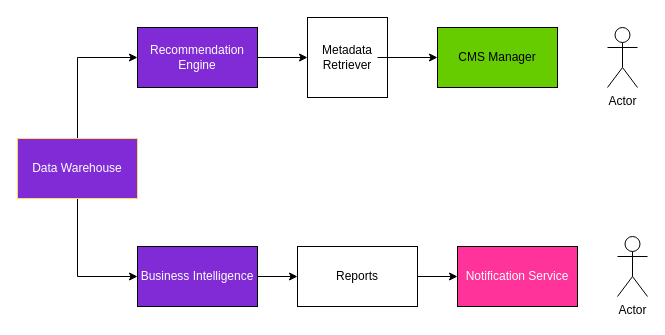
The draw.io diagram analysis-block.drawio in nevillio/hello-world, before the edit. Source tidied: cells renumbered, new cells numbered last; positions are measured from the earlier drawing's top-left corner, leaving out a move shared by most shapes. Both pictures are drawn from the tidied source at 100%, with x=0, y=0 at pixel (17, 17).
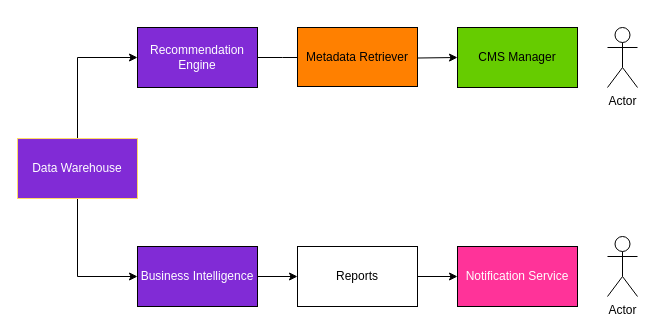
After the change.

Change to the diagram source:
```diff
@@
 <mxGraphModel>
   <root>
     <mxCell id="0" />
     <mxCell id="1" parent="0" />
     <mxCell id="2" style="edgeStyle=orthogonalEdgeStyle;rounded=0;jettySize=auto;html=1;entryX=0;entryY=0.5;entryDx=0;entryDy=0;" parent="1" edge="1" source="4" target="6">
       <mxGeometry relative="1" as="geometry" />
     </mxCell>
     <mxCell id="3" style="edgeStyle=orthogonalEdgeStyle;rounded=0;jettySize=auto;html=1;entryX=0;entryY=0.5;entryDx=0;entryDy=0;" parent="1" edge="1" source="4" target="11">
       <mxGeometry relative="1" as="geometry" />
     </mxCell>
     <mxCell id="4" value="&lt;font color=&quot;#ffffff&quot;&gt;Data Warehouse&lt;/font&gt;" style="rounded=0;whiteSpace=wrap;html=1;fillColor=#812BD6;strokeColor=#FFD966;" parent="1" vertex="1">
       <mxGeometry y="121" width="120" height="60" as="geometry" />
     </mxCell>
-    <mxCell id="5" style="edgeStyle=orthogonalEdgeStyle;rounded=0;jettySize=auto;html=1;" parent="1" edge="1" source="6" target="7">
-      <mxGeometry relative="1" as="geometry" />
+    <mxCell id="5" style="edgeStyle=orthogonalEdgeStyle;rounded=0;jettySize=auto;html=1;" parent="1" edge="1" source="6">
+      <mxGeometry relative="1" as="geometry">
+        <mxPoint x="290" y="40" as="targetPoint" />
+      </mxGeometry>
     </mxCell>
     <mxCell id="6" value="&lt;font color=&quot;#ffffff&quot;&gt;Recommendation Engine&lt;/font&gt;" style="rounded=0;whiteSpace=wrap;html=1;fillColor=#812BD6;" parent="1" vertex="1">
       <mxGeometry x="120" y="10" width="120" height="60" as="geometry" />
     </mxCell>
-    <mxCell id="7" value="Metadata Retriever" style="whiteSpace=wrap;html=1;" parent="1" vertex="1">
-      <mxGeometry x="290" width="80" height="80" as="geometry" />
-    </mxCell>
     <mxCell id="8" value="CMS Manager" style="rounded=0;whiteSpace=wrap;html=1;fillColor=#66CC00;" parent="1" vertex="1">
-      <mxGeometry x="420" y="10" width="120" height="60" as="geometry" />
+      <mxGeometry x="440" y="10" width="120" height="60" as="geometry" />
     </mxCell>
     <mxCell id="9" value="Actor" style="shape=umlActor;verticalLabelPosition=bottom;verticalAlign=top;html=1;" parent="1" vertex="1">
       <mxGeometry x="590" y="10" width="30" height="60" as="geometry" />
     </mxCell>
     <mxCell id="10" style="edgeStyle=orthogonalEdgeStyle;rounded=0;jettySize=auto;html=1;" parent="1" edge="1" source="11" target="13">
       <mxGeometry relative="1" as="geometry" />
     </mxCell>
     <mxCell id="11" value="&lt;font color=&quot;#ffffff&quot;&gt;Business Intelligence&lt;/font&gt;" style="rounded=0;whiteSpace=wrap;html=1;fillColor=#812BD6;" parent="1" vertex="1">
       <mxGeometry x="120" y="229" width="120" height="60" as="geometry" />
     </mxCell>
     <mxCell id="12" style="edgeStyle=orthogonalEdgeStyle;rounded=0;jettySize=auto;html=1;" parent="1" edge="1" source="13" target="14">
       <mxGeometry relative="1" as="geometry" />
     </mxCell>
     <mxCell id="13" value="Reports" style="rounded=0;whiteSpace=wrap;html=1;" parent="1" vertex="1">
       <mxGeometry x="280" y="229" width="120" height="60" as="geometry" />
     </mxCell>
     <mxCell id="14" value="&lt;font color=&quot;#ffffff&quot;&gt;Notification Service&lt;/font&gt;" style="rounded=0;whiteSpace=wrap;html=1;fillColor=#FF3399;" parent="1" vertex="1">
       <mxGeometry x="440" y="229" width="120" height="60" as="geometry" />
     </mxCell>
     <mxCell id="15" value="Actor" style="shape=umlActor;verticalLabelPosition=bottom;verticalAlign=top;html=1;" parent="1" vertex="1">
-      <mxGeometry x="600" y="219" width="30" height="60" as="geometry" />
+      <mxGeometry x="590" y="219" width="30" height="60" as="geometry" />
     </mxCell>
-    <mxCell id="16" style="edgeStyle=orthogonalEdgeStyle;rounded=0;orthogonalLoop=1;jettySize=auto;html=1;" parent="1" edge="1">
+    <mxCell id="16" style="edgeStyle=orthogonalEdgeStyle;rounded=0;jettySize=auto;html=1;entryX=0;entryY=0.5;entryDx=0;entryDy=0;" parent="1" edge="1" target="8">
       <mxGeometry relative="1" as="geometry">
         <mxPoint x="360" y="40" as="sourcePoint" />
-        <mxPoint x="420" y="40" as="targetPoint" />
       </mxGeometry>
     </mxCell>
+    <mxCell id="7" value="Metadata Retriever" style="rounded=0;whiteSpace=wrap;html=1;fillColor=#FF8000;" parent="1" vertex="1">
+      <mxGeometry x="280" y="10" width="120" height="59" as="geometry" />
+    </mxCell>
   </root>
 </mxGraphModel>
```
